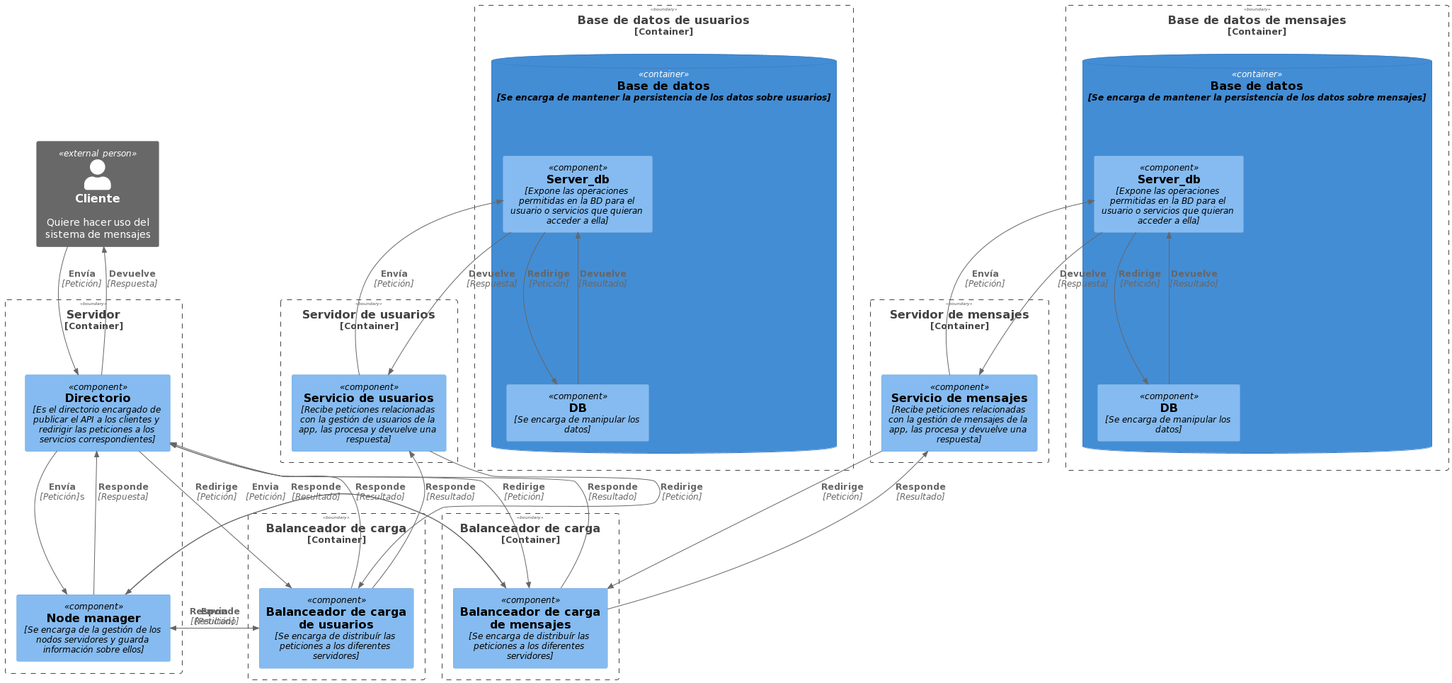
This is presentación/Documentacion/componente.png from UDC-FIC-AS/practica-final-davidgsalvado, a PlantUML export, as it was before one commit.
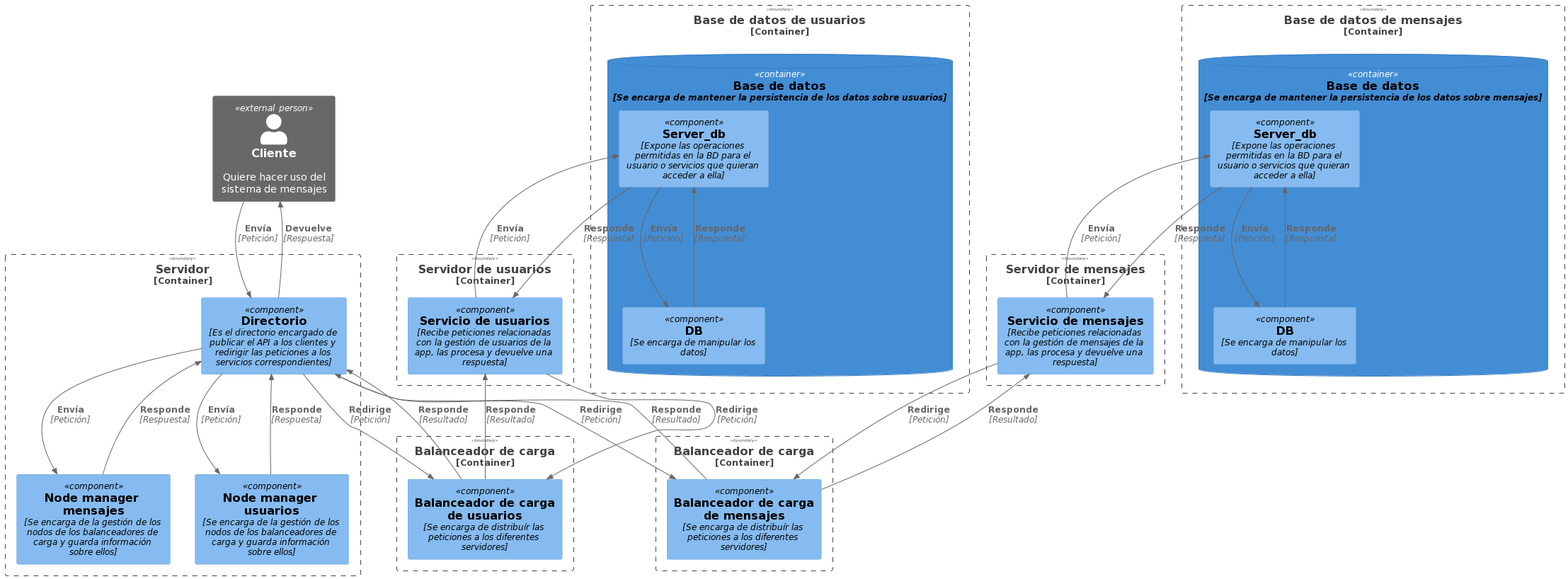
After the commit.

Commit message:
diagramas corregidos sin nivel 4

Diff of the diagram source:
```diff
@@ -5,7 +5,8 @@
 
 Container_Boundary(servidor, "Servidor") {
     Component(directorio, "Directorio", "Es el directorio encargado de publicar el API a los clientes y redirigir las peticiones a los servicios correspondientes")
-    Component(nodo, "Node manager", "Se encarga de la gestión de los nodos servidores y guarda información sobre ellos")
+    Component(nodo1, "Node manager mensajes", "Se encarga de la gestión de los nodos de los balanceadores de carga y guarda información sobre ellos")
+    Component(nodo2, "Node manager usuarios", "Se encarga de la gestión de los nodos de los balanceadores de carga y guarda información sobre ellos")
 
 
 }
@@ -39,12 +40,12 @@
 Container_Boundary(balanceador1, "Balanceador de carga") {
  Component(bal1, "Balanceador de carga de usuarios", "Se encarga de distribuír las peticiones a los diferentes servidores")
 
+
 }
 
 
 Container_Boundary(balanceador2, "Balanceador de carga") {
  Component(bal2, "Balanceador de carga de mensajes", "Se encarga de distribuír las peticiones a los diferentes servidores")
-
 }
 
 
@@ -64,36 +65,18 @@
 Rel(directorio, bal2, "Redirige", "Petición")
 
 
-Rel(nodo, bal1, "Responde", "Resultado")
-
-Rel(bal2, nodo, "Envia", "Petición")
-
-Rel(nodo, bal2, "Responde", "Resultado")
-
-
-Rel(bal1, nodo, "Envia", "Petición")
-
-
-
 
 Rel(bal1, directorio, "Responde", "Resultado")
 Rel(directorio, bal1, "Redirige", "Petición")
 
-Rel(directorio, nodo, "Envía", "Petición")s
-Rel(nodo, directorio, "Responde", "Respuesta")
+Rel(directorio, nodo1, "Envía", "Petición")
+Rel(nodo1, directorio, "Responde", "Respuesta")
+
+Rel(directorio, nodo2, "Envía", "Petición")
+Rel(nodo2, directorio, "Responde", "Respuesta")
 
 
-Rel(mensajes, api1, "Envía", "Petición")
-Rel(api1, mensajes, "Devuelve", "Respuesta")
 
-Rel(usuarios, api2, "Envía", "Petición")
-Rel(api2, usuarios, "Devuelve", "Respuesta")
-
-Rel(api1, persistencia1, "Redirige", "Petición")
-Rel(persistencia1, api1, "Devuelve", "Resultado")
-
-Rel(api2, persistencia2, "Redirige", "Petición")
-Rel(persistencia2, api2, "Devuelve", "Resultado")
 
 
 
@@ -102,4 +85,16 @@
 
 Rel(bal2, mensajes, "Responde", "Resultado")
 Rel(mensajes, bal2, "Redirige", "Petición")
+
+Rel(mensajes, api1, "Envía", "Petición")
+Rel(api1, mensajes, "Responde", "Respuesta")
+
+Rel(usuarios, api2, "Envía", "Petición")
+Rel(api2, usuarios, "Responde", "Respuesta")
+
+Rel(api1, persistencia1, "Envía", "Petición")
+Rel(persistencia1, api1, "Responde", "Respuesta")
+
+Rel(api2, persistencia2, "Envía", "Petición")
+Rel(persistencia2, api2, "Responde", "Respuesta")
 @enduml
```
